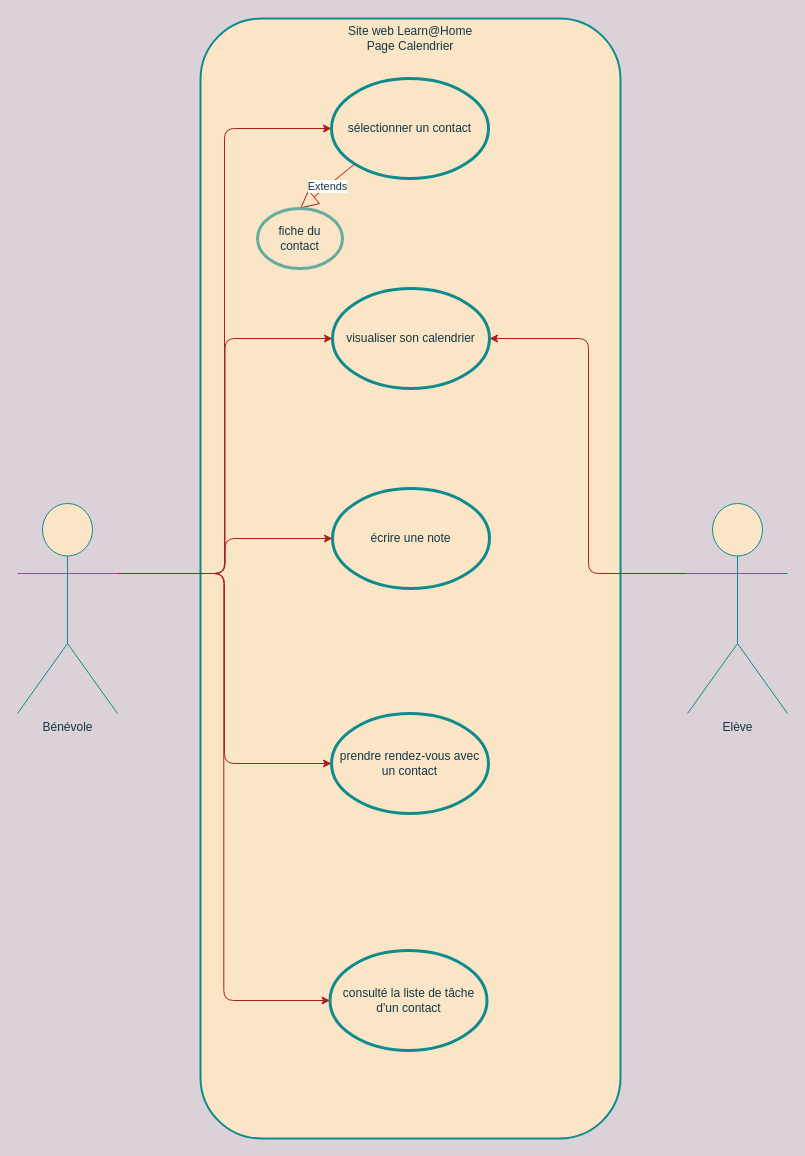
The draw.io diagram page "calendrier" (4 of 6) of Copy of Untitled Diagram.drawio in Formation-DA-PYTHON2021/projet3, before the edit. Source tidied: cells renumbered, new cells numbered last; positions are measured from the earlier drawing's top-left corner, leaving out a move shared by most shapes. Both pictures are drawn from the tidied source at 100%, with x=0, y=0 at pixel (17, 18).
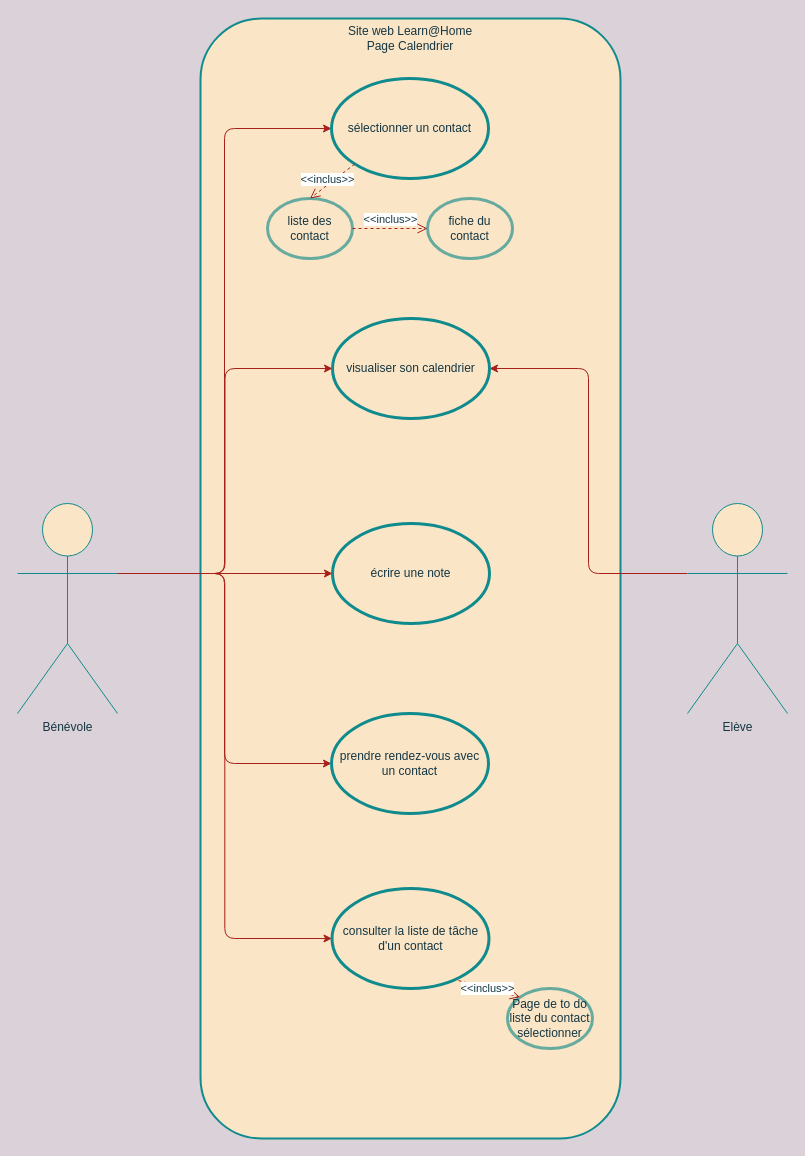
The same page after the edit.

The change refers to these unchanged cells:
```xml
<mxCell id="12" value="sélectionner un contact" style="ellipse;whiteSpace=wrap;html=1;fillColor=#FAE5C7;strokeColor=#0F8B8D;fontColor=#143642;strokeWidth=3;" parent="1" vertex="1">
  <mxGeometry x="314" y="60" width="157" height="100" as="geometry" />
</mxCell>
```

What changed in the source:
```diff
@@
     <mxCell id="13" value="visualiser son calendrier" style="ellipse;whiteSpace=wrap;html=1;fillColor=#FAE5C7;strokeColor=#0F8B8D;fontColor=#143642;strokeWidth=3;" parent="1" vertex="1">
-      <mxGeometry x="315" y="270" width="157" height="100" as="geometry" />
+      <mxGeometry x="315" y="300" width="157" height="100" as="geometry" />
     </mxCell>
     <mxCell id="14" value="écrire une note" style="ellipse;whiteSpace=wrap;html=1;fillColor=#FAE5C7;strokeColor=#0F8B8D;fontColor=#143642;strokeWidth=3;" parent="1" vertex="1">
-      <mxGeometry x="315" y="470" width="157" height="100" as="geometry" />
+      <mxGeometry x="315" y="505" width="157" height="100" as="geometry" />
     </mxCell>
@@
-    <mxCell id="16" value="consulté la liste de tâche d'un contact" style="ellipse;whiteSpace=wrap;html=1;fillColor=#FAE5C7;strokeColor=#0F8B8D;fontColor=#143642;strokeWidth=3;" parent="1" vertex="1">
-      <mxGeometry x="312.5" y="932" width="157" height="100" as="geometry" />
+    <mxCell id="16" value="consulter la liste de tâche d'un contact" style="ellipse;whiteSpace=wrap;html=1;fillColor=#FAE5C7;strokeColor=#0F8B8D;fontColor=#143642;strokeWidth=3;" parent="1" vertex="1">
+      <mxGeometry x="314.5" y="870" width="157" height="100" as="geometry" />
     </mxCell>
-    <mxCell id="17" value="Extends" style="endArrow=block;endSize=16;endFill=0;html=1;fontColor=#143642;strokeColor=#A8201A;fillColor=#FAE5C7;exitX=0;exitY=1;exitDx=0;exitDy=0;entryX=0.5;entryY=0;entryDx=0;entryDy=0;" parent="1" edge="1" source="12" target="18">
-      <mxGeometry relative="1" as="geometry" />
-    </mxCell>
     <mxCell id="18" value="&lt;span&gt;fiche du contact&lt;/span&gt;" style="ellipse;whiteSpace=wrap;html=1;fillColor=#FAE5C7;strokeColor=#67AB9F;fontColor=#143642;strokeWidth=3;" parent="1" vertex="1">
-      <mxGeometry x="240" y="190" width="85" height="60" as="geometry" />
+      <mxGeometry x="410" y="180" width="85" height="60" as="geometry" />
     </mxCell>
+    <mxCell id="19" value="liste des contact" style="ellipse;whiteSpace=wrap;html=1;fillColor=#FAE5C7;strokeColor=#67AB9F;fontColor=#143642;strokeWidth=3;" parent="1" vertex="1">
+      <mxGeometry x="250" y="180" width="85" height="60" as="geometry" />
+    </mxCell>
+    <mxCell id="20" value="&amp;lt;&amp;lt;inclus&amp;gt;&amp;gt;" style="html=1;verticalAlign=bottom;endArrow=open;dashed=1;endSize=8;fontColor=#143642;strokeColor=#A8201A;fillColor=#FAE5C7;exitX=0;exitY=1;exitDx=0;exitDy=0;entryX=0.5;entryY=0;entryDx=0;entryDy=0;" parent="1" edge="1" target="19">
+      <mxGeometry x="0.29" y="3" relative="1" as="geometry">
+        <mxPoint x="337.2" y="145.5" as="sourcePoint" />
+        <mxPoint x="-1" as="offset" />
+      </mxGeometry>
+    </mxCell>
+    <mxCell id="21" value="&amp;lt;&amp;lt;inclus&amp;gt;&amp;gt;" style="html=1;verticalAlign=bottom;endArrow=open;dashed=1;endSize=8;fontColor=#143642;strokeColor=#A8201A;fillColor=#FAE5C7;exitX=1;exitY=0.5;exitDx=0;exitDy=0;entryX=0;entryY=0.5;entryDx=0;entryDy=0;" parent="1" edge="1" source="19" target="18">
+      <mxGeometry relative="1" as="geometry" />
+    </mxCell>
+    <mxCell id="22" value="Page de to do liste du contact sélectionner" style="ellipse;whiteSpace=wrap;html=1;fillColor=#FAE5C7;strokeColor=#67AB9F;fontColor=#143642;strokeWidth=3;" parent="1" vertex="1">
+      <mxGeometry x="490" y="970" width="85" height="60" as="geometry" />
+    </mxCell>
+    <mxCell id="23" value="&amp;lt;&amp;lt;inclus&amp;gt;&amp;gt;" style="html=1;verticalAlign=bottom;endArrow=open;dashed=1;endSize=8;fontColor=#143642;strokeColor=#A8201A;fillColor=#FAE5C7;exitX=0.806;exitY=0.92;exitDx=0;exitDy=0;entryX=0;entryY=0;entryDx=0;entryDy=0;exitPerimeter=0;" parent="1" edge="1" source="16" target="22">
+      <mxGeometry x="0.01" y="-9" relative="1" as="geometry" />
+    </mxCell>
```
